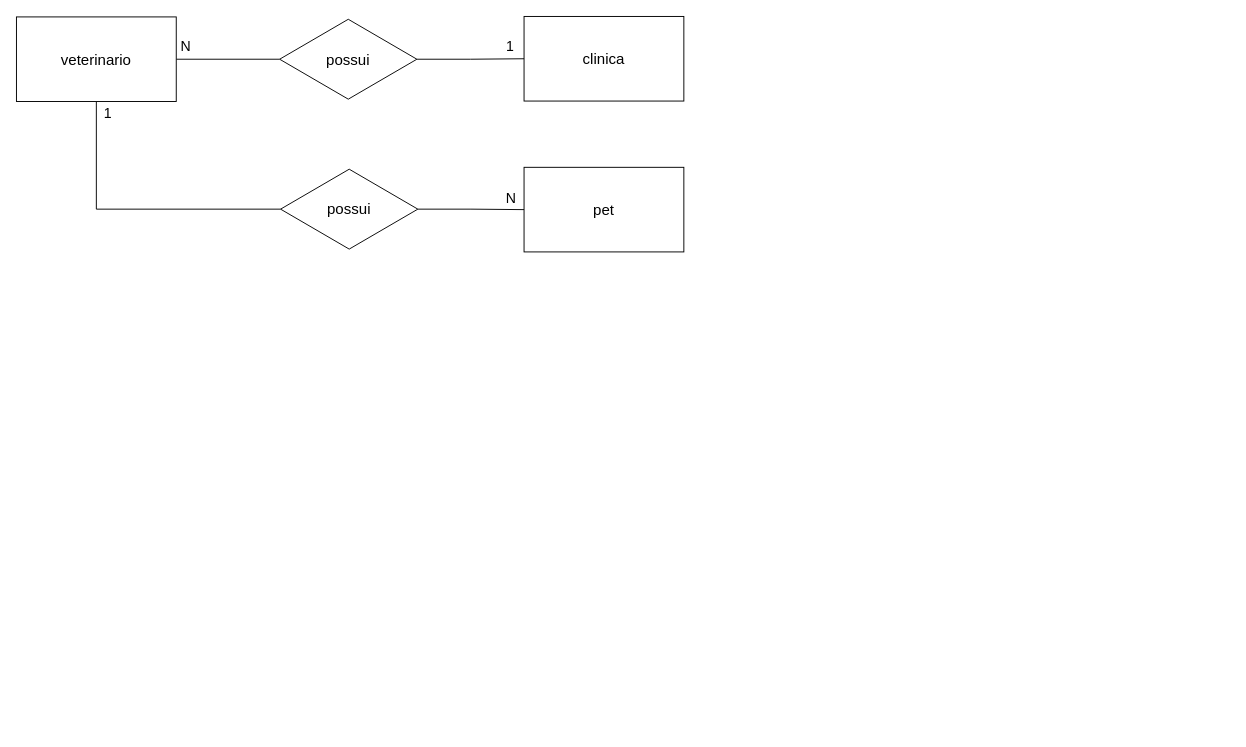
Before: page "conceitual" (1 of 2) of exercicios/1.3/exercicio-pclinics.drawio in Lucas-Araujo15/senai_sprint1_bd, a draw.io diagram. Source tidied: cells renumbered, new cells numbered last; positions are measured from the earlier drawing's top-left corner, leaving out a move shared by most shapes. Both pictures are drawn from the tidied source at 94%, with x=0, y=0 at pixel (16, 16).
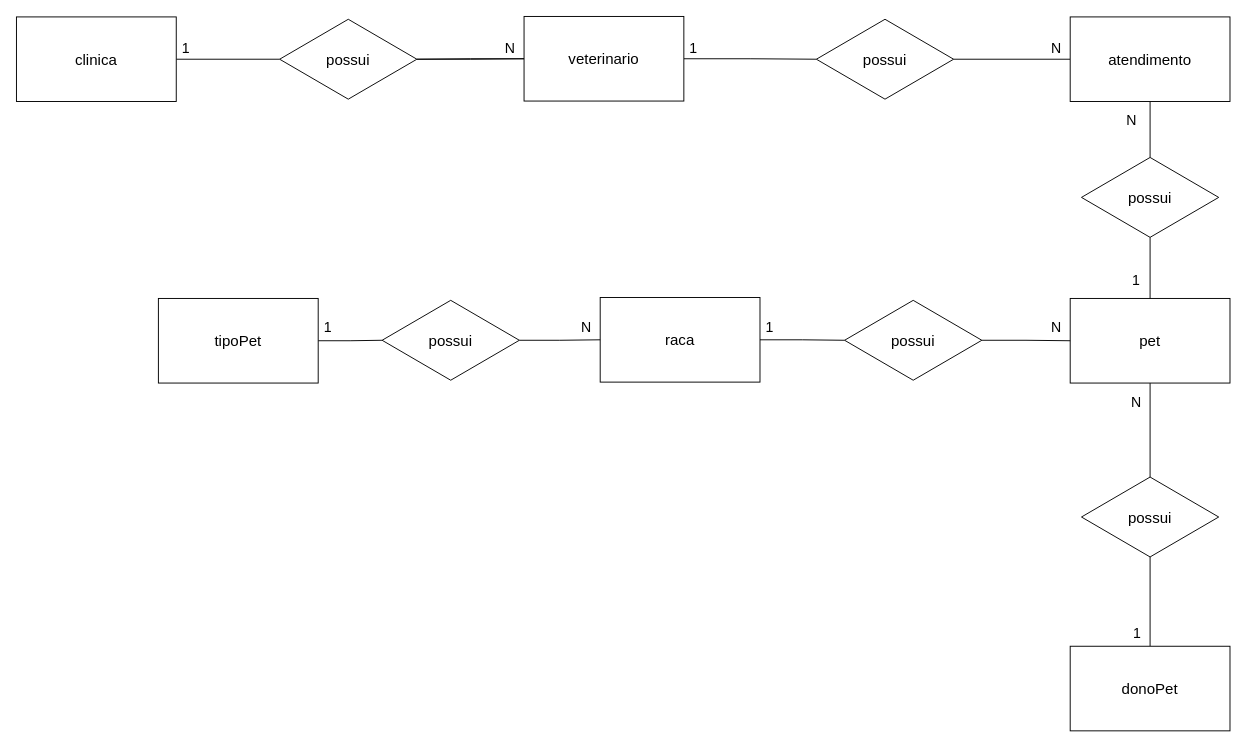
The same page after the edit.

Unchanged cells that the change refers to:
```xml
<mxCell id="8" value="&lt;font style=&quot;font-size: 16px&quot;&gt;possui&lt;/font&gt;" style="shape=rhombus;perimeter=rhombusPerimeter;whiteSpace=wrap;html=1;align=center;" parent="1" vertex="1">
  <mxGeometry x="280" y="3" width="146" height="85" as="geometry" />
</mxCell>
```

Diff of the diagram source:
```diff
@@
-    <mxCell id="3" style="edgeStyle=orthogonalEdgeStyle;rounded=0;jettySize=auto;html=1;exitX=0.5;exitY=1;exitDx=0;exitDy=0;entryX=0;entryY=0.5;entryDx=0;entryDy=0;endArrow=none;endFill=0;" parent="1" edge="1" source="4" target="10">
-      <mxGeometry relative="1" as="geometry" />
-    </mxCell>
-    <mxCell id="4" value="&lt;font style=&quot;font-size: 16px&quot;&gt;veterinario&lt;/font&gt;" style="rounded=0;whiteSpace=wrap;html=1;" parent="1" vertex="1">
+    <mxCell id="4" value="&lt;font style=&quot;font-size: 16px&quot;&gt;clinica&lt;/font&gt;" style="rounded=0;whiteSpace=wrap;html=1;" parent="1" vertex="1">
       <mxGeometry y="0.5" width="170" height="90" as="geometry" />
     </mxCell>
+    <mxCell id="15" style="edgeStyle=orthogonalEdgeStyle;rounded=0;jettySize=auto;html=1;exitX=1;exitY=0.5;exitDx=0;exitDy=0;entryX=0;entryY=0.5;entryDx=0;entryDy=0;endArrow=none;endFill=0;" parent="1" edge="1" source="5" target="19">
+      <mxGeometry relative="1" as="geometry" />
+    </mxCell>
+    <mxCell id="16" style="edgeStyle=orthogonalEdgeStyle;rounded=0;jettySize=auto;html=1;endArrow=none;endFill=0;" parent="1" edge="1" source="5" target="8">
+      <mxGeometry relative="1" as="geometry" />
+    </mxCell>
-    <mxCell id="5" value="&lt;font style=&quot;font-size: 16px&quot;&gt;clinica&lt;/font&gt;" style="rounded=0;whiteSpace=wrap;html=1;" parent="1" vertex="1">
+    <mxCell id="5" value="&lt;font style=&quot;font-size: 16px&quot;&gt;veterinario&lt;/font&gt;" style="rounded=0;whiteSpace=wrap;html=1;" parent="1" vertex="1">
       <mxGeometry x="540" width="170" height="90" as="geometry" />
     </mxCell>
+    <mxCell id="17" style="edgeStyle=orthogonalEdgeStyle;rounded=0;jettySize=auto;html=1;exitX=0.5;exitY=1;exitDx=0;exitDy=0;entryX=0.5;entryY=0;entryDx=0;entryDy=0;endArrow=none;endFill=0;" parent="1" edge="1" source="6" target="33">
+      <mxGeometry relative="1" as="geometry" />
+    </mxCell>
     <mxCell id="6" value="&lt;font style=&quot;font-size: 16px&quot;&gt;pet&lt;/font&gt;" style="rounded=0;whiteSpace=wrap;html=1;" parent="1" vertex="1">
-      <mxGeometry x="540" y="160.5" width="170" height="90" as="geometry" />
+      <mxGeometry x="1121" y="300" width="170" height="90" as="geometry" />
     </mxCell>
@@
-    <mxCell id="9" style="edgeStyle=orthogonalEdgeStyle;rounded=0;jettySize=auto;html=1;exitX=1;exitY=0.5;exitDx=0;exitDy=0;entryX=0;entryY=0.5;entryDx=0;entryDy=0;endArrow=none;endFill=0;" parent="1" edge="1" source="10" target="6">
-      <mxGeometry relative="1" as="geometry" />
-    </mxCell>
-    <mxCell id="10" value="&lt;font style=&quot;font-size: 16px&quot;&gt;possui&lt;/font&gt;" style="shape=rhombus;perimeter=rhombusPerimeter;whiteSpace=wrap;html=1;align=center;" parent="1" vertex="1">
-      <mxGeometry x="281" y="162.5" width="146" height="85" as="geometry" />
-    </mxCell>
     <mxCell id="11" value="&lt;font style=&quot;font-size: 15px&quot;&gt;N&lt;/font&gt;" style="text;html=1;align=center;verticalAlign=middle;strokeColor=none;" parent="1" vertex="1">
-      <mxGeometry x="165" y="20.5" width="30" height="20" as="geometry" />
+      <mxGeometry x="510" y="23" width="30" height="20" as="geometry" />
     </mxCell>
     <mxCell id="12" value="&lt;font style=&quot;font-size: 15px&quot;&gt;1&lt;/font&gt;" style="text;html=1;align=center;verticalAlign=middle;strokeColor=none;" parent="1" vertex="1">
-      <mxGeometry x="515" y="20.5" width="20" height="20" as="geometry" />
+      <mxGeometry x="170" y="23" width="20" height="20" as="geometry" />
     </mxCell>
-    <mxCell id="13" value="&lt;font style=&quot;font-size: 15px&quot;&gt;N&lt;/font&gt;" style="text;html=1;align=center;verticalAlign=middle;strokeColor=none;" parent="1" vertex="1">
-      <mxGeometry x="511" y="182.5" width="30" height="20" as="geometry" />
-    </mxCell>
-    <mxCell id="14" value="&lt;font style=&quot;font-size: 15px&quot;&gt;1&lt;/font&gt;" style="text;html=1;align=center;verticalAlign=middle;strokeColor=none;strokeWidth=1;" parent="1" vertex="1">
-      <mxGeometry x="87" y="92.5" width="20" height="20" as="geometry" />
-    </mxCell>
+    <mxCell id="18" style="edgeStyle=orthogonalEdgeStyle;rounded=0;jettySize=auto;html=1;exitX=1;exitY=0.5;exitDx=0;exitDy=0;entryX=0;entryY=0.5;entryDx=0;entryDy=0;endArrow=none;endFill=0;" parent="1" edge="1" source="19" target="21">
+      <mxGeometry relative="1" as="geometry" />
+    </mxCell>
+    <mxCell id="19" value="&lt;font style=&quot;font-size: 16px&quot;&gt;possui&lt;/font&gt;" style="shape=rhombus;perimeter=rhombusPerimeter;whiteSpace=wrap;html=1;align=center;" parent="1" vertex="1">
+      <mxGeometry x="851" y="3" width="146" height="85" as="geometry" />
+    </mxCell>
+    <mxCell id="20" style="edgeStyle=orthogonalEdgeStyle;rounded=0;jettySize=auto;html=1;exitX=0.5;exitY=1;exitDx=0;exitDy=0;entryX=0.5;entryY=0;entryDx=0;entryDy=0;endArrow=none;endFill=0;" parent="1" edge="1" source="21" target="23">
+      <mxGeometry relative="1" as="geometry" />
+    </mxCell>
+    <mxCell id="21" value="&lt;font style=&quot;font-size: 16px&quot;&gt;atendimento&lt;/font&gt;" style="rounded=0;whiteSpace=wrap;html=1;" parent="1" vertex="1">
+      <mxGeometry x="1121" y="0.5" width="170" height="90" as="geometry" />
+    </mxCell>
+    <mxCell id="22" style="edgeStyle=orthogonalEdgeStyle;rounded=0;jettySize=auto;html=1;exitX=0.5;exitY=1;exitDx=0;exitDy=0;entryX=0.5;entryY=0;entryDx=0;entryDy=0;endArrow=none;endFill=0;" parent="1" edge="1" source="23" target="6">
+      <mxGeometry relative="1" as="geometry" />
+    </mxCell>
+    <mxCell id="23" value="&lt;font style=&quot;font-size: 16px&quot;&gt;possui&lt;/font&gt;" style="shape=rhombus;perimeter=rhombusPerimeter;whiteSpace=wrap;html=1;align=center;" parent="1" vertex="1">
+      <mxGeometry x="1133" y="150" width="146" height="85" as="geometry" />
+    </mxCell>
+    <mxCell id="24" style="edgeStyle=orthogonalEdgeStyle;rounded=0;jettySize=auto;html=1;exitX=1;exitY=0.5;exitDx=0;exitDy=0;entryX=0;entryY=0.5;entryDx=0;entryDy=0;endArrow=none;endFill=0;" parent="1" edge="1" source="25" target="6">
+      <mxGeometry relative="1" as="geometry" />
+    </mxCell>
+    <mxCell id="25" value="&lt;font style=&quot;font-size: 16px&quot;&gt;possui&lt;/font&gt;" style="shape=rhombus;perimeter=rhombusPerimeter;whiteSpace=wrap;html=1;align=center;" parent="1" vertex="1">
+      <mxGeometry x="881" y="302" width="146" height="85" as="geometry" />
+    </mxCell>
+    <mxCell id="26" style="edgeStyle=orthogonalEdgeStyle;rounded=0;jettySize=auto;html=1;exitX=1;exitY=0.5;exitDx=0;exitDy=0;entryX=0;entryY=0.5;entryDx=0;entryDy=0;endArrow=none;endFill=0;" parent="1" edge="1" source="27" target="25">
+      <mxGeometry relative="1" as="geometry" />
+    </mxCell>
+    <mxCell id="27" value="&lt;font style=&quot;font-size: 16px&quot;&gt;raca&lt;/font&gt;" style="rounded=0;whiteSpace=wrap;html=1;" parent="1" vertex="1">
+      <mxGeometry x="621" y="299" width="170" height="90" as="geometry" />
+    </mxCell>
+    <mxCell id="28" style="edgeStyle=orthogonalEdgeStyle;rounded=0;jettySize=auto;html=1;exitX=1;exitY=0.5;exitDx=0;exitDy=0;entryX=0;entryY=0.5;entryDx=0;entryDy=0;endArrow=none;endFill=0;" parent="1" edge="1" source="29" target="31">
+      <mxGeometry relative="1" as="geometry" />
+    </mxCell>
+    <mxCell id="29" value="&lt;font style=&quot;font-size: 16px&quot;&gt;tipoPet&lt;/font&gt;" style="rounded=0;whiteSpace=wrap;html=1;" parent="1" vertex="1">
+      <mxGeometry x="151" y="300" width="170" height="90" as="geometry" />
+    </mxCell>
+    <mxCell id="30" style="edgeStyle=orthogonalEdgeStyle;rounded=0;jettySize=auto;html=1;endArrow=none;endFill=0;" parent="1" edge="1" source="31" target="27">
+      <mxGeometry relative="1" as="geometry" />
+    </mxCell>
+    <mxCell id="31" value="&lt;font style=&quot;font-size: 16px&quot;&gt;possui&lt;/font&gt;" style="shape=rhombus;perimeter=rhombusPerimeter;whiteSpace=wrap;html=1;align=center;" parent="1" vertex="1">
+      <mxGeometry x="389" y="302" width="146" height="85" as="geometry" />
+    </mxCell>
+    <mxCell id="32" style="edgeStyle=orthogonalEdgeStyle;rounded=0;jettySize=auto;html=1;exitX=0.5;exitY=1;exitDx=0;exitDy=0;entryX=0.5;entryY=0;entryDx=0;entryDy=0;endArrow=none;endFill=0;" parent="1" edge="1" source="33" target="34">
+      <mxGeometry relative="1" as="geometry" />
+    </mxCell>
+    <mxCell id="33" value="&lt;font style=&quot;font-size: 16px&quot;&gt;possui&lt;/font&gt;" style="shape=rhombus;perimeter=rhombusPerimeter;whiteSpace=wrap;html=1;align=center;" parent="1" vertex="1">
+      <mxGeometry x="1133" y="490" width="146" height="85" as="geometry" />
+    </mxCell>
+    <mxCell id="34" value="&lt;font style=&quot;font-size: 16px&quot;&gt;donoPet&lt;/font&gt;" style="rounded=0;whiteSpace=wrap;html=1;" parent="1" vertex="1">
+      <mxGeometry x="1121" y="670" width="170" height="90" as="geometry" />
+    </mxCell>
+    <mxCell id="35" value="&lt;font style=&quot;font-size: 15px&quot;&gt;1&lt;/font&gt;" style="text;html=1;align=center;verticalAlign=middle;strokeColor=none;" parent="1" vertex="1">
+      <mxGeometry x="710" y="23" width="20" height="20" as="geometry" />
+    </mxCell>
+    <mxCell id="36" value="&lt;font style=&quot;font-size: 15px&quot;&gt;N&lt;/font&gt;" style="text;html=1;align=center;verticalAlign=middle;strokeColor=none;" parent="1" vertex="1">
+      <mxGeometry x="1091" y="23" width="30" height="20" as="geometry" />
+    </mxCell>
+    <mxCell id="37" value="&lt;font style=&quot;font-size: 15px&quot;&gt;N&lt;/font&gt;" style="text;html=1;align=center;verticalAlign=middle;strokeColor=none;" parent="1" vertex="1">
+      <mxGeometry x="1171" y="100" width="30" height="20" as="geometry" />
+    </mxCell>
+    <mxCell id="38" value="&lt;font style=&quot;font-size: 15px&quot;&gt;1&lt;/font&gt;" style="text;html=1;align=center;verticalAlign=middle;strokeColor=none;" parent="1" vertex="1">
+      <mxGeometry x="1181" y="270" width="20" height="20" as="geometry" />
+    </mxCell>
+    <mxCell id="39" value="&lt;font style=&quot;font-size: 15px&quot;&gt;1&lt;/font&gt;" style="text;html=1;align=center;verticalAlign=middle;strokeColor=none;" parent="1" vertex="1">
+      <mxGeometry x="1182" y="646" width="20" height="20" as="geometry" />
+    </mxCell>
+    <mxCell id="40" value="&lt;font style=&quot;font-size: 15px&quot;&gt;N&lt;/font&gt;" style="text;html=1;align=center;verticalAlign=middle;strokeColor=none;" parent="1" vertex="1">
+      <mxGeometry x="1176" y="400" width="30" height="20" as="geometry" />
+    </mxCell>
+    <mxCell id="41" value="&lt;font style=&quot;font-size: 15px&quot;&gt;N&lt;/font&gt;" style="text;html=1;align=center;verticalAlign=middle;strokeColor=none;" parent="1" vertex="1">
+      <mxGeometry x="1091" y="320" width="30" height="20" as="geometry" />
+    </mxCell>
+    <mxCell id="42" value="&lt;font style=&quot;font-size: 15px&quot;&gt;1&lt;/font&gt;" style="text;html=1;align=center;verticalAlign=middle;strokeColor=none;" parent="1" vertex="1">
+      <mxGeometry x="791" y="320" width="20" height="20" as="geometry" />
+    </mxCell>
+    <mxCell id="43" value="&lt;font style=&quot;font-size: 15px&quot;&gt;1&lt;/font&gt;" style="text;html=1;align=center;verticalAlign=middle;strokeColor=none;" parent="1" vertex="1">
+      <mxGeometry x="321" y="320" width="20" height="20" as="geometry" />
+    </mxCell>
+    <mxCell id="44" value="&lt;font style=&quot;font-size: 15px&quot;&gt;N&lt;/font&gt;" style="text;html=1;align=center;verticalAlign=middle;strokeColor=none;" parent="1" vertex="1">
+      <mxGeometry x="591" y="320" width="30" height="20" as="geometry" />
+    </mxCell>
```
